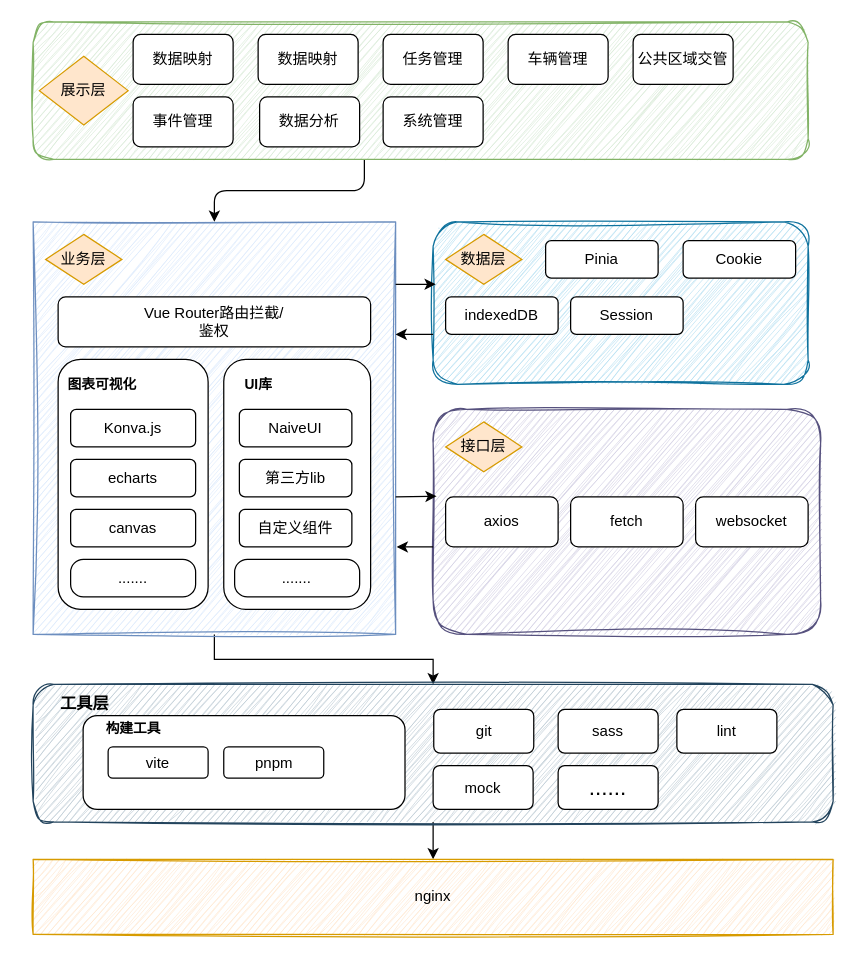
This is diagrams/PCS系统架构.drawio from simon-sua/diagram_charts, a draw.io file, before an edit. Source tidied: cells renumbered, new cells numbered last; positions are measured from the earlier drawing's top-left corner, leaving out a move shared by most shapes. Both pictures are drawn from the tidied source at 125%, with x=0, y=0 at pixel (20, 21).
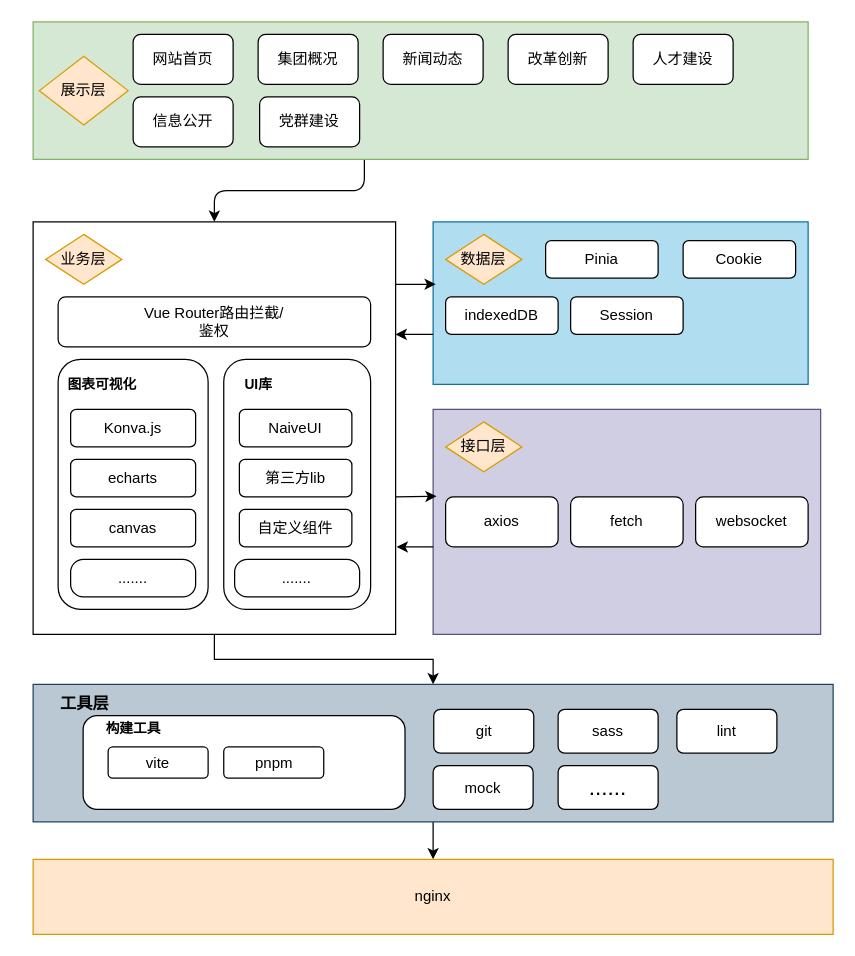
After the change.

Commit message:
集团官网系统架构.drawio

What changed in the source:
```diff
@@
-    <mxCell id="3" style="rounded=1;whiteSpace=wrap;html=1;fillColor=#d5e8d4;strokeColor=#82b366;shadow=0;glass=0;sketch=1;curveFitting=1;jiggle=2;" parent="1" vertex="1">
+    <mxCell id="3" style="rounded=0;whiteSpace=wrap;html=1;fillColor=#d5e8d4;strokeColor=#82b366;shadow=0;glass=0;" parent="1" vertex="1">
       <mxGeometry x="10" width="620" height="110" as="geometry" />
     </mxCell>
-    <mxCell id="4" value="数据映射" style="rounded=1;whiteSpace=wrap;html=1;" parent="1" vertex="1">
+    <mxCell id="4" value="网站首页" style="rounded=1;whiteSpace=wrap;html=1;" parent="1" vertex="1">
       <mxGeometry x="90" y="10" width="80" height="40" as="geometry" />
     </mxCell>
-    <mxCell id="5" value="数据映射" style="rounded=1;whiteSpace=wrap;html=1;" parent="1" vertex="1">
+    <mxCell id="5" value="集团概况" style="rounded=1;whiteSpace=wrap;html=1;" parent="1" vertex="1">
       <mxGeometry x="190" y="10" width="80" height="40" as="geometry" />
     </mxCell>
-    <mxCell id="6" value="任务管理" style="rounded=1;whiteSpace=wrap;html=1;" parent="1" vertex="1">
+    <mxCell id="6" value="新闻动态" style="rounded=1;whiteSpace=wrap;html=1;" parent="1" vertex="1">
       <mxGeometry x="290" y="10" width="80" height="40" as="geometry" />
     </mxCell>
-    <mxCell id="7" value="车辆管理" style="rounded=1;whiteSpace=wrap;html=1;" parent="1" vertex="1">
+    <mxCell id="7" value="改革创新" style="rounded=1;whiteSpace=wrap;html=1;" parent="1" vertex="1">
       <mxGeometry x="390" y="10" width="80" height="40" as="geometry" />
     </mxCell>
-    <mxCell id="8" value="公共区域交管" style="rounded=1;whiteSpace=wrap;html=1;" parent="1" vertex="1">
+    <mxCell id="8" value="人才建设" style="rounded=1;whiteSpace=wrap;html=1;" parent="1" vertex="1">
       <mxGeometry x="490" y="10" width="80" height="40" as="geometry" />
     </mxCell>
@@
-    <mxCell id="10" style="rounded=0;whiteSpace=wrap;html=1;fillColor=#dae8fc;strokeColor=#6c8ebf;sketch=1;curveFitting=1;jiggle=2;" parent="1" vertex="1">
+    <mxCell id="10" style="rounded=0;whiteSpace=wrap;html=1;" parent="1" vertex="1">
       <mxGeometry x="10" y="160" width="290" height="330" as="geometry" />
     </mxCell>
@@
-    <mxCell id="12" value="事件管理" style="rounded=1;whiteSpace=wrap;html=1;" parent="1" vertex="1">
+    <mxCell id="12" value="信息公开" style="rounded=1;whiteSpace=wrap;html=1;" parent="1" vertex="1">
       <mxGeometry x="90" y="60" width="80" height="40" as="geometry" />
     </mxCell>
-    <mxCell id="13" value="数据分析" style="rounded=1;whiteSpace=wrap;html=1;" parent="1" vertex="1">
+    <mxCell id="13" value="党群建设" style="rounded=1;whiteSpace=wrap;html=1;" parent="1" vertex="1">
       <mxGeometry x="191.2" y="60" width="80" height="40" as="geometry" />
     </mxCell>
-    <mxCell id="14" value="系统管理" style="rounded=1;whiteSpace=wrap;html=1;" parent="1" vertex="1">
-      <mxGeometry x="290" y="60" width="80" height="40" as="geometry" />
-    </mxCell>
@@
-    <mxCell id="29" style="rounded=1;whiteSpace=wrap;html=1;fillColor=#b1ddf0;strokeColor=#10739e;sketch=1;curveFitting=1;jiggle=2;shadow=0;" parent="1" vertex="1">
+    <mxCell id="29" style="rounded=0;whiteSpace=wrap;html=1;fillColor=#b1ddf0;strokeColor=#10739e;shadow=0;" parent="1" vertex="1">
       <mxGeometry x="330" y="160" width="300" height="130" as="geometry" />
     </mxCell>
@@
-    <mxCell id="35" style="rounded=1;whiteSpace=wrap;html=1;fillColor=#d0cee2;strokeColor=#56517e;sketch=1;curveFitting=1;jiggle=2;" parent="1" vertex="1">
+    <mxCell id="35" style="rounded=0;whiteSpace=wrap;html=1;fillColor=#d0cee2;strokeColor=#56517e;" parent="1" vertex="1">
       <mxGeometry x="330" y="310" width="310" height="180" as="geometry" />
     </mxCell>
@@
-    <mxCell id="41" style="rounded=1;whiteSpace=wrap;html=1;fillColor=#bac8d3;strokeColor=#23445d;sketch=1;curveFitting=1;jiggle=2;" parent="1" vertex="1">
+    <mxCell id="41" style="rounded=0;whiteSpace=wrap;html=1;fillColor=#bac8d3;strokeColor=#23445d;" parent="1" vertex="1">
       <mxGeometry x="10" y="530" width="640" height="110" as="geometry" />
     </mxCell>
@@
-    <mxCell id="56" value="nginx" style="rounded=0;whiteSpace=wrap;html=1;fillColor=#ffe6cc;strokeColor=#d79b00;sketch=1;curveFitting=1;jiggle=2;" parent="1" vertex="1">
+    <mxCell id="56" value="nginx" style="rounded=0;whiteSpace=wrap;html=1;fillColor=#ffe6cc;strokeColor=#d79b00;" parent="1" vertex="1">
       <mxGeometry x="10" y="670" width="640" height="60" as="geometry" />
     </mxCell>
```
